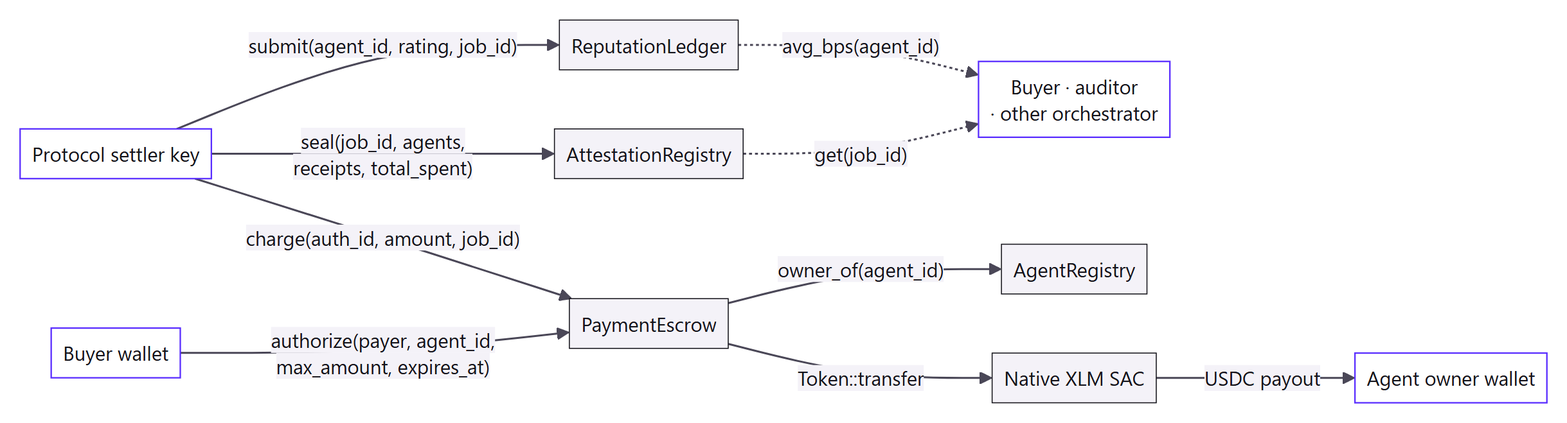
Above: litepaper/figures/figure-3.png in Bl0cksmiths/Orizon-Agents-FE-Stellar (Mermaid), before the change. Its source is kept beside it as litepaper/figures/figure-3.mmd.
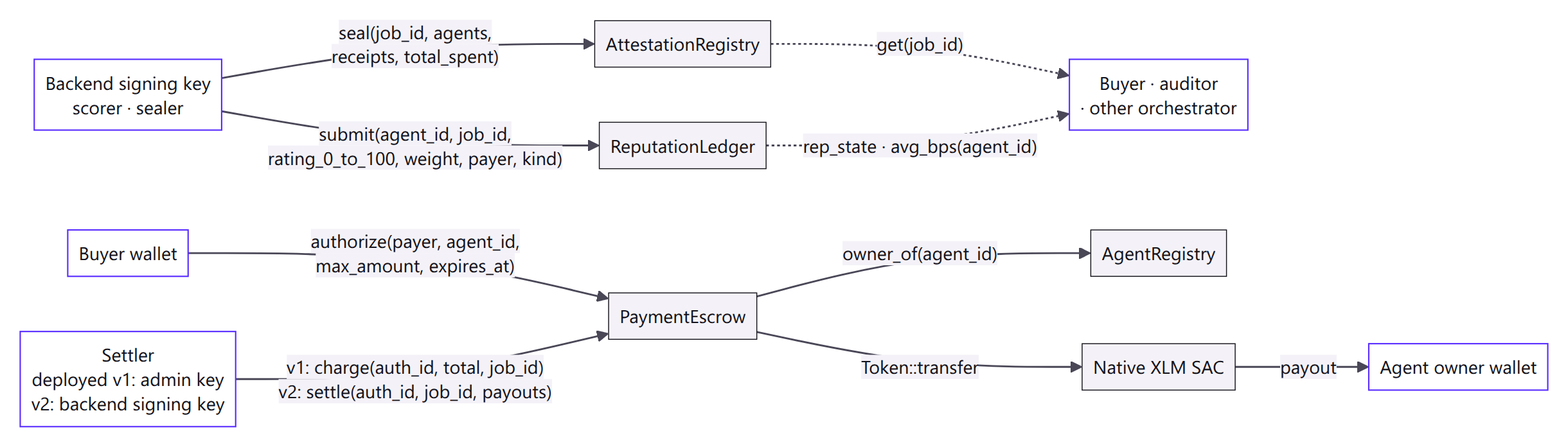
Later version of the same file.

Commit message:
re-rendered figure 3

The edit, as a diff of the source:
```diff
@@ -1,22 +1,23 @@
 flowchart LR
     Buyer["Buyer wallet"]
-    Settler["Protocol settler key"]
+    Settler["Settler<br/>deployed v1: admin key<br/>v2: backend signing key"]
+    Backend["Backend signing key<br/>scorer · sealer"]
     Owner["Agent owner wallet"]
     Reader["Buyer · auditor<br/>· other orchestrator"]
 
     Buyer -- "authorize(payer, agent_id,<br/>max_amount, expires_at)" --> PE["PaymentEscrow"]
-    Settler -- "charge(auth_id, amount, job_id)" --> PE
+    Settler -- "v1: charge(auth_id, total, job_id)<br/>v2: settle(auth_id, job_id, payouts)" --> PE
     PE -- "owner_of(agent_id)" --> AR["AgentRegistry"]
     PE -- "Token::transfer" --> SAC["Native XLM SAC"]
-    SAC -- "USDC payout" --> Owner
+    SAC -- "payout" --> Owner
 
-    Settler -- "seal(job_id, agents,<br/>receipts, total_spent)" --> AT["AttestationRegistry"]
-    Settler -- "submit(agent_id, rating, job_id)" --> RL["ReputationLedger"]
+    Backend -- "seal(job_id, agents,<br/>receipts, total_spent)" --> AT["AttestationRegistry"]
+    Backend -- "submit(agent_id, job_id,<br/>rating_0_to_100, weight, payer, kind)" --> RL["ReputationLedger"]
 
     AT -. "get(job_id)" .-> Reader
-    RL -. "avg_bps(agent_id)" .-> Reader
+    RL -. "rep_state · avg_bps(agent_id)" .-> Reader
 
     classDef wallet fill:#FFFFFF,stroke:#5A2EFF,stroke-width:1.5px,color:#14131A
     classDef contract fill:#F4F2F8,stroke:#14131A,stroke-width:1px,color:#14131A
-    class Buyer,Settler,Owner,Reader wallet
+    class Buyer,Settler,Backend,Owner,Reader wallet
     class PE,AR,AT,RL,SAC contract
```
